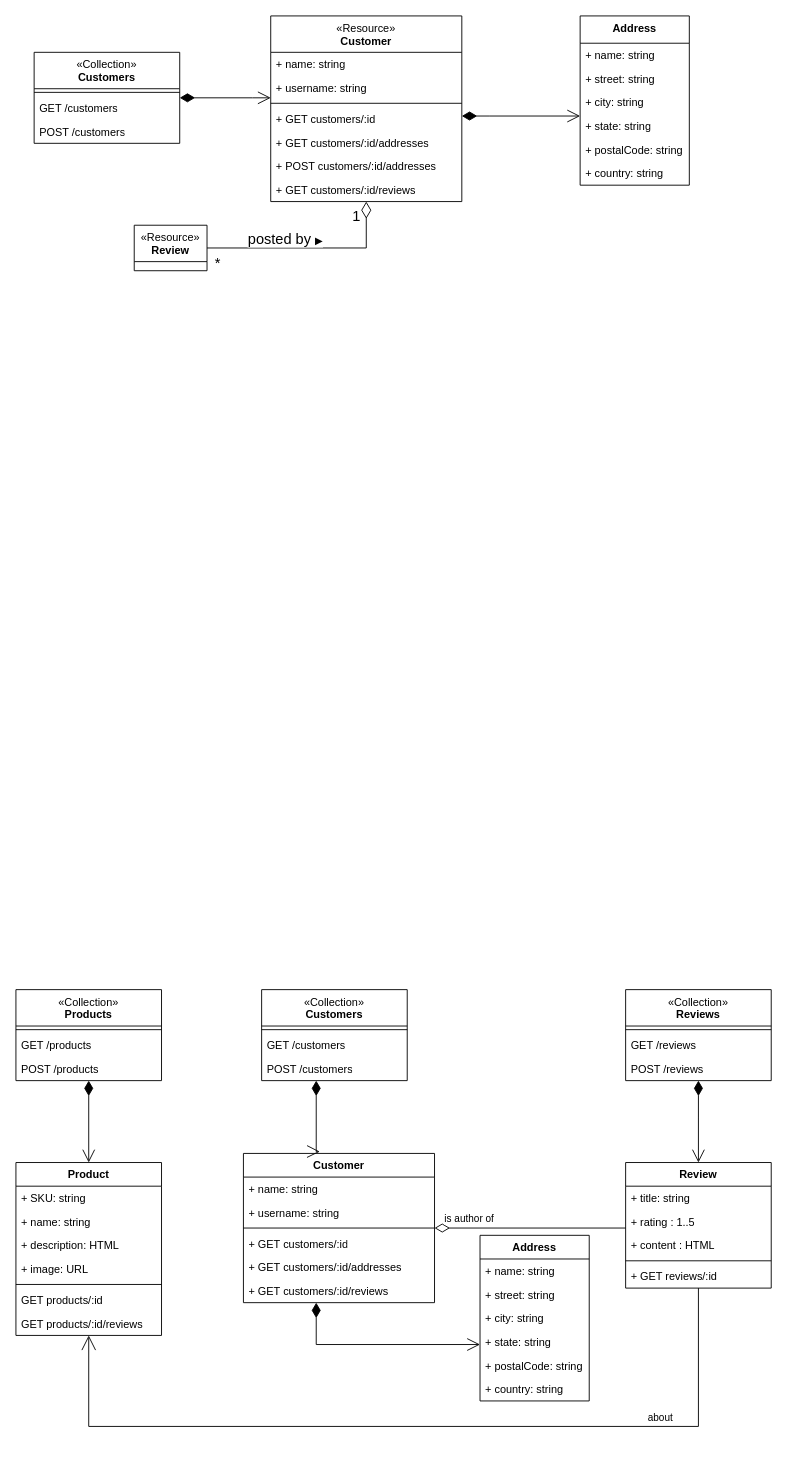
The draw.io diagram REST API.drawio in kubiak-calpoly/csc307-team-project, before the edit. Source tidied: cells renumbered, new cells numbered last; positions are measured from the earlier drawing's top-left corner, leaving out a move shared by most shapes. Both pictures are drawn from the tidied source at 91%, with x=0, y=0 at pixel (15, 15).
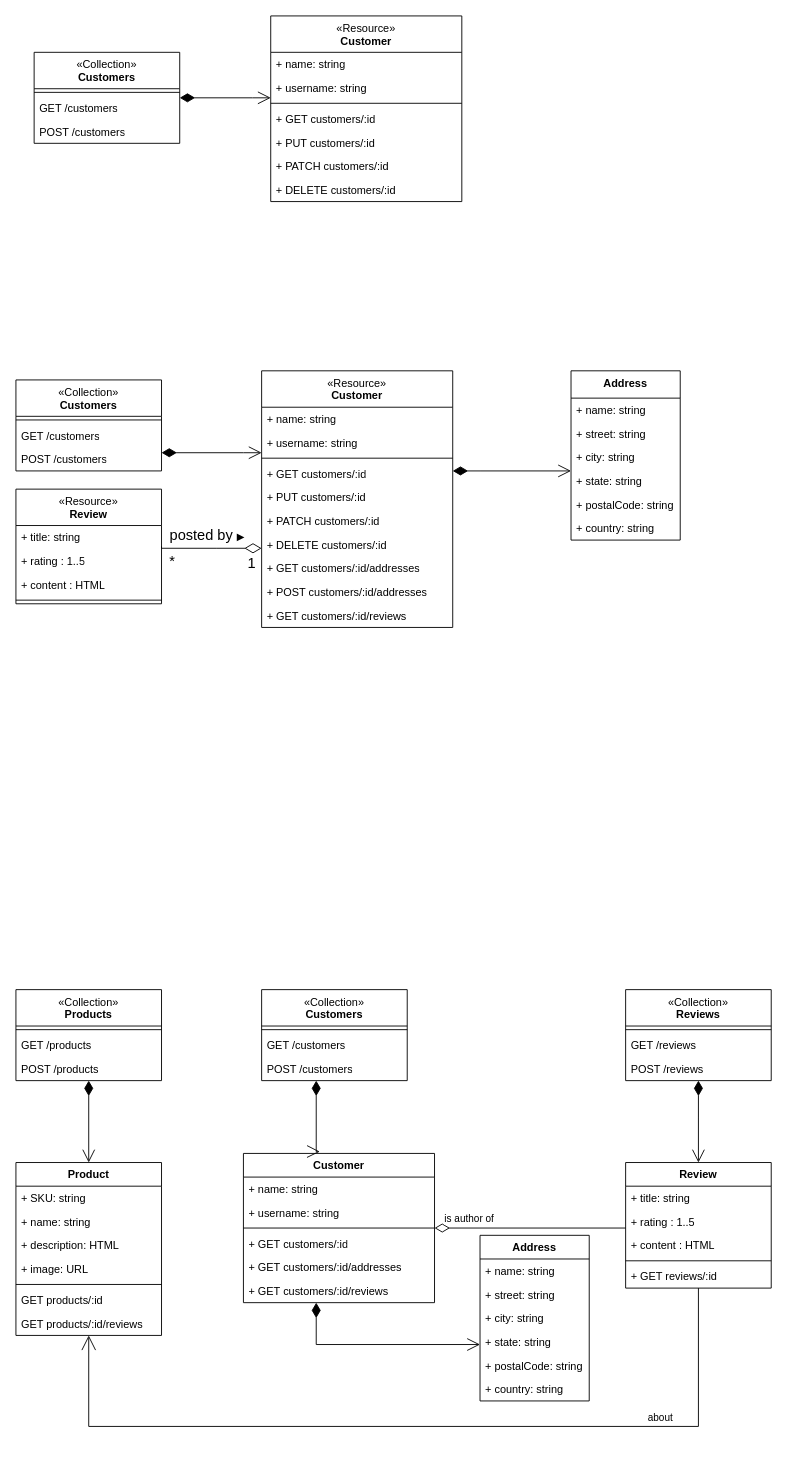
The same page after the edit.

The change refers to these unchanged cells:
```xml
<mxCell id="2" value="&lt;span style=&quot;font-weight: normal;&quot;&gt;«Resource»&lt;br style=&quot;border-color: var(--border-color);&quot;&gt;&lt;/span&gt;Customer" style="swimlane;fontStyle=1;align=center;verticalAlign=top;horizontal=1;startSize=40;whiteSpace=wrap;html=1;" parent="1" vertex="1">
  <mxGeometry x="280" width="210" height="204" as="geometry" />
</mxCell>
```

What changed in the source:
```diff
@@
-    <mxCell id="7" value="+ GET customers/:id/addresses" style="text;strokeColor=none;fillColor=none;align=left;verticalAlign=top;spacingLeft=4;spacingRight=4;overflow=hidden;whiteSpace=wrap;html=1;" parent="2" vertex="1">
-      <mxGeometry y="126" width="210" height="26" as="geometry" />
-    </mxCell>
-    <mxCell id="8" value="+ POST customers/:id/addresses" style="text;strokeColor=none;fillColor=none;align=left;verticalAlign=top;spacingLeft=4;spacingRight=4;overflow=hidden;whiteSpace=wrap;html=1;" parent="2" vertex="1">
-      <mxGeometry y="152" width="210" height="26" as="geometry" />
-    </mxCell>
-    <mxCell id="9" value="+ GET customers/:id/reviews" style="text;strokeColor=none;fillColor=none;align=left;verticalAlign=top;spacingLeft=4;spacingRight=4;overflow=hidden;whiteSpace=wrap;html=1;" parent="2" vertex="1">
-      <mxGeometry y="178" width="210" height="26" as="geometry" />
-    </mxCell>
-    <mxCell id="10" value="Address" style="swimlane;fontStyle=1;align=center;verticalAlign=top;horizontal=1;startSize=30;whiteSpace=wrap;html=1;" parent="1" vertex="1">
-      <mxGeometry x="620" width="120" height="186" as="geometry" />
-    </mxCell>
-    <mxCell id="11" value="+ name: string" style="text;strokeColor=none;fillColor=none;align=left;verticalAlign=top;spacingLeft=4;spacingRight=4;overflow=hidden;whiteSpace=wrap;html=1;" parent="10" vertex="1">
-      <mxGeometry y="30" width="120" height="26" as="geometry" />
-    </mxCell>
-    <mxCell id="12" value="+ street: string" style="text;strokeColor=none;fillColor=none;align=left;verticalAlign=top;spacingLeft=4;spacingRight=4;overflow=hidden;whiteSpace=wrap;html=1;" parent="10" vertex="1">
-      <mxGeometry y="56" width="120" height="26" as="geometry" />
-    </mxCell>
-    <mxCell id="13" value="+ city: string" style="text;strokeColor=none;fillColor=none;align=left;verticalAlign=top;spacingLeft=4;spacingRight=4;overflow=hidden;whiteSpace=wrap;html=1;" parent="10" vertex="1">
-      <mxGeometry y="82" width="120" height="26" as="geometry" />
-    </mxCell>
-    <mxCell id="14" value="+ state: string" style="text;strokeColor=none;fillColor=none;align=left;verticalAlign=top;spacingLeft=4;spacingRight=4;overflow=hidden;whiteSpace=wrap;html=1;" parent="10" vertex="1">
-      <mxGeometry y="108" width="120" height="26" as="geometry" />
-    </mxCell>
-    <mxCell id="15" value="+ postalCode: string" style="text;strokeColor=none;fillColor=none;align=left;verticalAlign=top;spacingLeft=4;spacingRight=4;overflow=hidden;whiteSpace=wrap;html=1;" parent="10" vertex="1">
-      <mxGeometry y="134" width="120" height="26" as="geometry" />
-    </mxCell>
-    <mxCell id="16" value="+ country: string" style="text;strokeColor=none;fillColor=none;align=left;verticalAlign=top;spacingLeft=4;spacingRight=4;overflow=hidden;whiteSpace=wrap;html=1;" parent="10" vertex="1">
-      <mxGeometry y="160" width="120" height="26" as="geometry" />
-    </mxCell>
+    <mxCell id="73" value="+ PUT customers/:id" style="text;strokeColor=none;fillColor=none;align=left;verticalAlign=top;spacingLeft=4;spacingRight=4;overflow=hidden;whiteSpace=wrap;html=1;" parent="2" vertex="1">
+      <mxGeometry y="126" width="210" height="26" as="geometry" />
+    </mxCell>
+    <mxCell id="74" value="+ PATCH customers/:id" style="text;strokeColor=none;fillColor=none;align=left;verticalAlign=top;spacingLeft=4;spacingRight=4;overflow=hidden;whiteSpace=wrap;html=1;" parent="2" vertex="1">
+      <mxGeometry y="152" width="210" height="26" as="geometry" />
+    </mxCell>
+    <mxCell id="75" value="+ DELETE customers/:id" style="text;strokeColor=none;fillColor=none;align=left;verticalAlign=top;spacingLeft=4;spacingRight=4;overflow=hidden;whiteSpace=wrap;html=1;" parent="2" vertex="1">
+      <mxGeometry y="178" width="210" height="26" as="geometry" />
+    </mxCell>
@@
-    <mxCell id="22" value="&lt;span style=&quot;font-weight: normal;&quot;&gt;«Resource»&lt;br&gt;&lt;/span&gt;Review" style="swimlane;fontStyle=1;align=center;verticalAlign=top;horizontal=1;startSize=40;whiteSpace=wrap;html=1;" parent="1" vertex="1" collapsed="1">
-      <mxGeometry x="130" y="230" width="80" height="50" as="geometry" />
-    </mxCell>
-    <mxCell id="23" style="endArrow=open;html=1;endSize=12;startArrow=diamondThin;startSize=14;startFill=1;edgeStyle=orthogonalEdgeStyle;rounded=0;" parent="1" edge="1" source="2" target="10">
-      <mxGeometry relative="1" as="geometry">
-        <Array as="points">
-          <mxPoint x="520" y="110" />
-          <mxPoint x="520" y="110" />
-        </Array>
-      </mxGeometry>
-    </mxCell>
@@
+    <mxCell id="76" value="&lt;span style=&quot;font-weight: normal;&quot;&gt;«Resource»&lt;br style=&quot;border-color: var(--border-color);&quot;&gt;&lt;/span&gt;Customer" style="swimlane;fontStyle=1;align=center;verticalAlign=top;horizontal=1;startSize=40;whiteSpace=wrap;html=1;" parent="1" vertex="1">
+      <mxGeometry x="270" y="390" width="210" height="282" as="geometry" />
+    </mxCell>
+    <mxCell id="77" value="+ name: string" style="text;strokeColor=none;fillColor=none;align=left;verticalAlign=top;spacingLeft=4;spacingRight=4;overflow=hidden;whiteSpace=wrap;html=1;" parent="76" vertex="1">
+      <mxGeometry y="40" width="210" height="26" as="geometry" />
+    </mxCell>
+    <mxCell id="78" value="+ username: string" style="text;strokeColor=none;fillColor=none;align=left;verticalAlign=top;spacingLeft=4;spacingRight=4;overflow=hidden;whiteSpace=wrap;html=1;" parent="76" vertex="1">
+      <mxGeometry y="66" width="210" height="26" as="geometry" />
+    </mxCell>
+    <mxCell id="79" style="line;strokeWidth=1;fillColor=none;align=left;verticalAlign=middle;spacingTop=-1;spacingLeft=3;spacingRight=3;labelPosition=right;strokeColor=inherit;" parent="76" vertex="1">
+      <mxGeometry y="92" width="210" height="8" as="geometry" />
+    </mxCell>
+    <mxCell id="80" value="+ GET customers/:id" style="text;strokeColor=none;fillColor=none;align=left;verticalAlign=top;spacingLeft=4;spacingRight=4;overflow=hidden;whiteSpace=wrap;html=1;" parent="76" vertex="1">
+      <mxGeometry y="100" width="210" height="26" as="geometry" />
+    </mxCell>
+    <mxCell id="81" value="+ PUT customers/:id" style="text;strokeColor=none;fillColor=none;align=left;verticalAlign=top;spacingLeft=4;spacingRight=4;overflow=hidden;whiteSpace=wrap;html=1;" parent="76" vertex="1">
+      <mxGeometry y="126" width="210" height="26" as="geometry" />
+    </mxCell>
+    <mxCell id="82" value="+ PATCH customers/:id" style="text;strokeColor=none;fillColor=none;align=left;verticalAlign=top;spacingLeft=4;spacingRight=4;overflow=hidden;whiteSpace=wrap;html=1;" parent="76" vertex="1">
+      <mxGeometry y="152" width="210" height="26" as="geometry" />
+    </mxCell>
+    <mxCell id="83" value="+ DELETE customers/:id" style="text;strokeColor=none;fillColor=none;align=left;verticalAlign=top;spacingLeft=4;spacingRight=4;overflow=hidden;whiteSpace=wrap;html=1;" parent="76" vertex="1">
+      <mxGeometry y="178" width="210" height="26" as="geometry" />
+    </mxCell>
+    <mxCell id="7" value="+ GET customers/:id/addresses" style="text;strokeColor=none;fillColor=none;align=left;verticalAlign=top;spacingLeft=4;spacingRight=4;overflow=hidden;whiteSpace=wrap;html=1;" parent="76" vertex="1">
+      <mxGeometry y="204" width="210" height="26" as="geometry" />
+    </mxCell>
+    <mxCell id="8" value="+ POST customers/:id/addresses" style="text;strokeColor=none;fillColor=none;align=left;verticalAlign=top;spacingLeft=4;spacingRight=4;overflow=hidden;whiteSpace=wrap;html=1;" parent="76" vertex="1">
+      <mxGeometry y="230" width="210" height="26" as="geometry" />
+    </mxCell>
+    <mxCell id="9" value="+ GET customers/:id/reviews" style="text;strokeColor=none;fillColor=none;align=left;verticalAlign=top;spacingLeft=4;spacingRight=4;overflow=hidden;whiteSpace=wrap;html=1;" parent="76" vertex="1">
+      <mxGeometry y="256" width="210" height="26" as="geometry" />
+    </mxCell>
+    <mxCell id="10" value="Address" style="swimlane;fontStyle=1;align=center;verticalAlign=top;horizontal=1;startSize=30;whiteSpace=wrap;html=1;" parent="1" vertex="1">
+      <mxGeometry x="610" y="390" width="120" height="186" as="geometry" />
+    </mxCell>
+    <mxCell id="11" value="+ name: string" style="text;strokeColor=none;fillColor=none;align=left;verticalAlign=top;spacingLeft=4;spacingRight=4;overflow=hidden;whiteSpace=wrap;html=1;" parent="10" vertex="1">
+      <mxGeometry y="30" width="120" height="26" as="geometry" />
+    </mxCell>
+    <mxCell id="12" value="+ street: string" style="text;strokeColor=none;fillColor=none;align=left;verticalAlign=top;spacingLeft=4;spacingRight=4;overflow=hidden;whiteSpace=wrap;html=1;" parent="10" vertex="1">
+      <mxGeometry y="56" width="120" height="26" as="geometry" />
+    </mxCell>
+    <mxCell id="13" value="+ city: string" style="text;strokeColor=none;fillColor=none;align=left;verticalAlign=top;spacingLeft=4;spacingRight=4;overflow=hidden;whiteSpace=wrap;html=1;" parent="10" vertex="1">
+      <mxGeometry y="82" width="120" height="26" as="geometry" />
+    </mxCell>
+    <mxCell id="14" value="+ state: string" style="text;strokeColor=none;fillColor=none;align=left;verticalAlign=top;spacingLeft=4;spacingRight=4;overflow=hidden;whiteSpace=wrap;html=1;" parent="10" vertex="1">
+      <mxGeometry y="108" width="120" height="26" as="geometry" />
+    </mxCell>
+    <mxCell id="15" value="+ postalCode: string" style="text;strokeColor=none;fillColor=none;align=left;verticalAlign=top;spacingLeft=4;spacingRight=4;overflow=hidden;whiteSpace=wrap;html=1;" parent="10" vertex="1">
+      <mxGeometry y="134" width="120" height="26" as="geometry" />
+    </mxCell>
+    <mxCell id="16" value="+ country: string" style="text;strokeColor=none;fillColor=none;align=left;verticalAlign=top;spacingLeft=4;spacingRight=4;overflow=hidden;whiteSpace=wrap;html=1;" parent="10" vertex="1">
+      <mxGeometry y="160" width="120" height="26" as="geometry" />
+    </mxCell>
+    <mxCell id="84" value="&lt;span style=&quot;font-weight: normal;&quot;&gt;«Collection»&lt;br style=&quot;border-color: var(--border-color);&quot;&gt;&lt;/span&gt;Customers" style="swimlane;fontStyle=1;align=center;verticalAlign=top;horizontal=1;startSize=40;whiteSpace=wrap;html=1;" parent="1" vertex="1">
+      <mxGeometry y="400" width="160" height="100" as="geometry" />
+    </mxCell>
+    <mxCell id="85" style="line;strokeWidth=1;fillColor=none;align=left;verticalAlign=middle;spacingTop=-1;spacingLeft=3;spacingRight=3;labelPosition=right;strokeColor=inherit;" parent="84" vertex="1">
+      <mxGeometry y="40" width="160" height="8" as="geometry" />
+    </mxCell>
+    <mxCell id="86" value="GET /customers" style="text;strokeColor=none;fillColor=none;align=left;verticalAlign=top;spacingLeft=4;spacingRight=4;overflow=hidden;whiteSpace=wrap;html=1;" parent="84" vertex="1">
+      <mxGeometry y="48" width="160" height="26" as="geometry" />
+    </mxCell>
+    <mxCell id="87" value="POST /customers" style="text;strokeColor=none;fillColor=none;align=left;verticalAlign=top;spacingLeft=4;spacingRight=4;overflow=hidden;whiteSpace=wrap;html=1;" parent="84" vertex="1">
+      <mxGeometry y="74" width="160" height="26" as="geometry" />
+    </mxCell>
+    <mxCell id="88" style="endArrow=open;html=1;endSize=12;startArrow=diamondThin;startSize=14;startFill=1;edgeStyle=orthogonalEdgeStyle;rounded=0;endFill=0;" parent="1" edge="1" source="84" target="76">
+      <mxGeometry x="-0.21" y="39" relative="1" as="geometry">
+        <Array as="points">
+          <mxPoint x="250" y="480" />
+          <mxPoint x="250" y="480" />
+        </Array>
+      </mxGeometry>
+    </mxCell>
+    <mxCell id="22" value="&lt;span style=&quot;font-weight: normal;&quot;&gt;«Resource»&lt;br&gt;&lt;/span&gt;Review" style="swimlane;fontStyle=1;align=center;verticalAlign=top;horizontal=1;startSize=40;whiteSpace=wrap;html=1;" parent="1" vertex="1">
+      <mxGeometry y="520" width="160" height="126" as="geometry" />
+    </mxCell>
+    <mxCell id="89" value="+ title: string" style="text;strokeColor=none;fillColor=none;align=left;verticalAlign=top;spacingLeft=4;spacingRight=4;overflow=hidden;whiteSpace=wrap;html=1;" parent="22" vertex="1">
+      <mxGeometry y="40" width="160" height="26" as="geometry" />
+    </mxCell>
+    <mxCell id="90" value="+ rating : 1..5" style="text;strokeColor=none;fillColor=none;align=left;verticalAlign=top;spacingLeft=4;spacingRight=4;overflow=hidden;whiteSpace=wrap;html=1;" parent="22" vertex="1">
+      <mxGeometry y="66" width="160" height="26" as="geometry" />
+    </mxCell>
+    <mxCell id="91" value="+ content : HTML" style="text;strokeColor=none;fillColor=none;align=left;verticalAlign=top;spacingLeft=4;spacingRight=4;overflow=hidden;whiteSpace=wrap;html=1;" parent="22" vertex="1">
+      <mxGeometry y="92" width="160" height="26" as="geometry" />
+    </mxCell>
+    <mxCell id="92" style="line;strokeWidth=1;fillColor=none;align=left;verticalAlign=middle;spacingTop=-1;spacingLeft=3;spacingRight=3;labelPosition=right;strokeColor=inherit;" parent="22" vertex="1">
+      <mxGeometry y="118" width="160" height="8" as="geometry" />
+    </mxCell>
+    <mxCell id="93" style="endArrow=open;html=1;endSize=12;startArrow=diamondThin;startSize=14;startFill=1;edgeStyle=orthogonalEdgeStyle;rounded=0;" parent="1" edge="1" source="76" target="10">
+      <mxGeometry relative="1" as="geometry">
+        <Array as="points">
+          <mxPoint x="510" y="500" />
+          <mxPoint x="510" y="500" />
+        </Array>
+      </mxGeometry>
+    </mxCell>
-    <mxCell id="70" value="&lt;font style=&quot;font-size: 16px;&quot;&gt;posted by&amp;nbsp;&lt;/font&gt;▶" style="endArrow=diamondThin;html=1;endSize=16;startArrow=none;startSize=14;startFill=0;edgeStyle=orthogonalEdgeStyle;rounded=0;endFill=0;exitX=1;exitY=0.5;exitDx=0;exitDy=0;" parent="1" edge="1" source="22" target="2">
-      <mxGeometry x="-0.24" y="10" relative="1" as="geometry" />
+    <mxCell id="70" value="&lt;font style=&quot;font-size: 16px;&quot;&gt;posted by&amp;nbsp;&lt;/font&gt;▶" style="endArrow=diamondThin;html=1;endSize=16;startArrow=none;startSize=14;startFill=0;edgeStyle=orthogonalEdgeStyle;rounded=0;endFill=0;exitX=1;exitY=0.5;exitDx=0;exitDy=0;" parent="1" edge="1" source="22" target="76">
+      <mxGeometry x="-0.07" y="15" relative="1" as="geometry">
+        <Array as="points">
+          <mxPoint x="220" y="585" />
+          <mxPoint x="220" y="585" />
+        </Array>
+      </mxGeometry>
     </mxCell>
```
